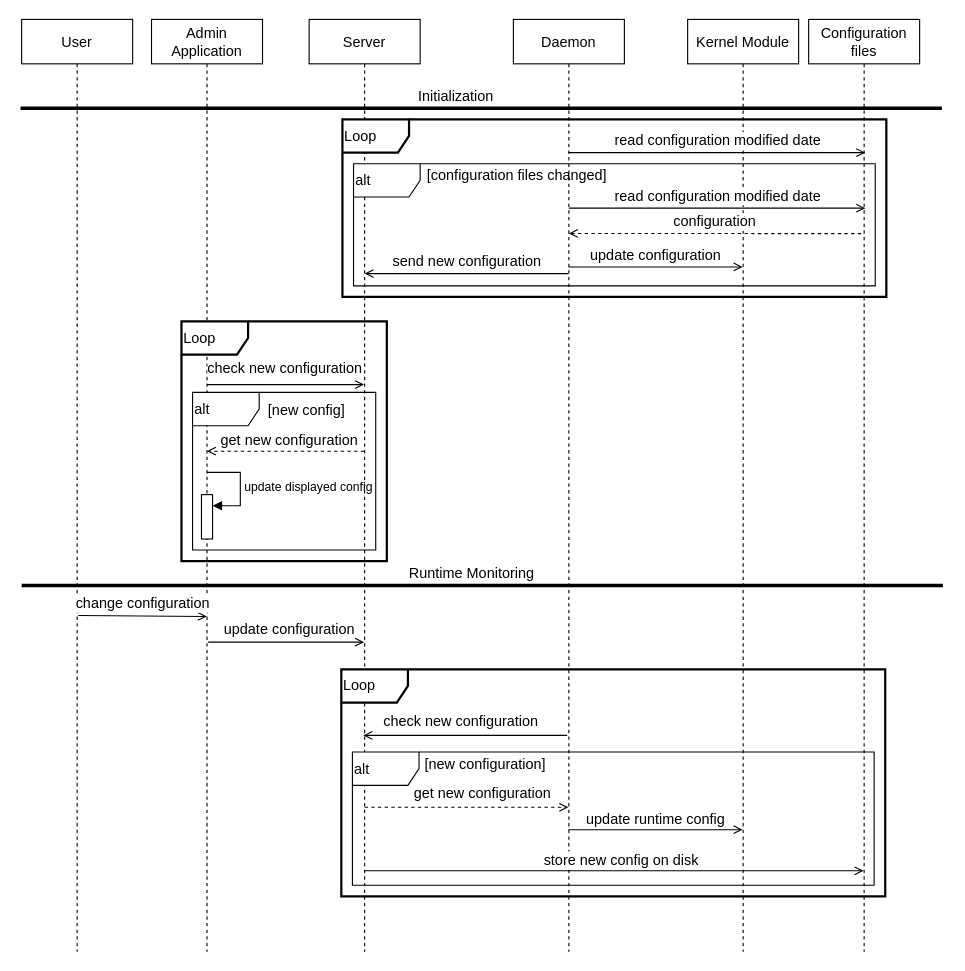
Before: document/Sequence_Diagram_configuration.drawio in TheodorPredescu/Intrusion-Detection-and-Prevention-System, a draw.io diagram. Source tidied: cells renumbered, new cells numbered last; positions are measured from the earlier drawing's top-left corner, leaving out a move shared by most shapes. Both pictures are drawn from the tidied source at 111%, with x=0, y=0 at pixel (20, 19).
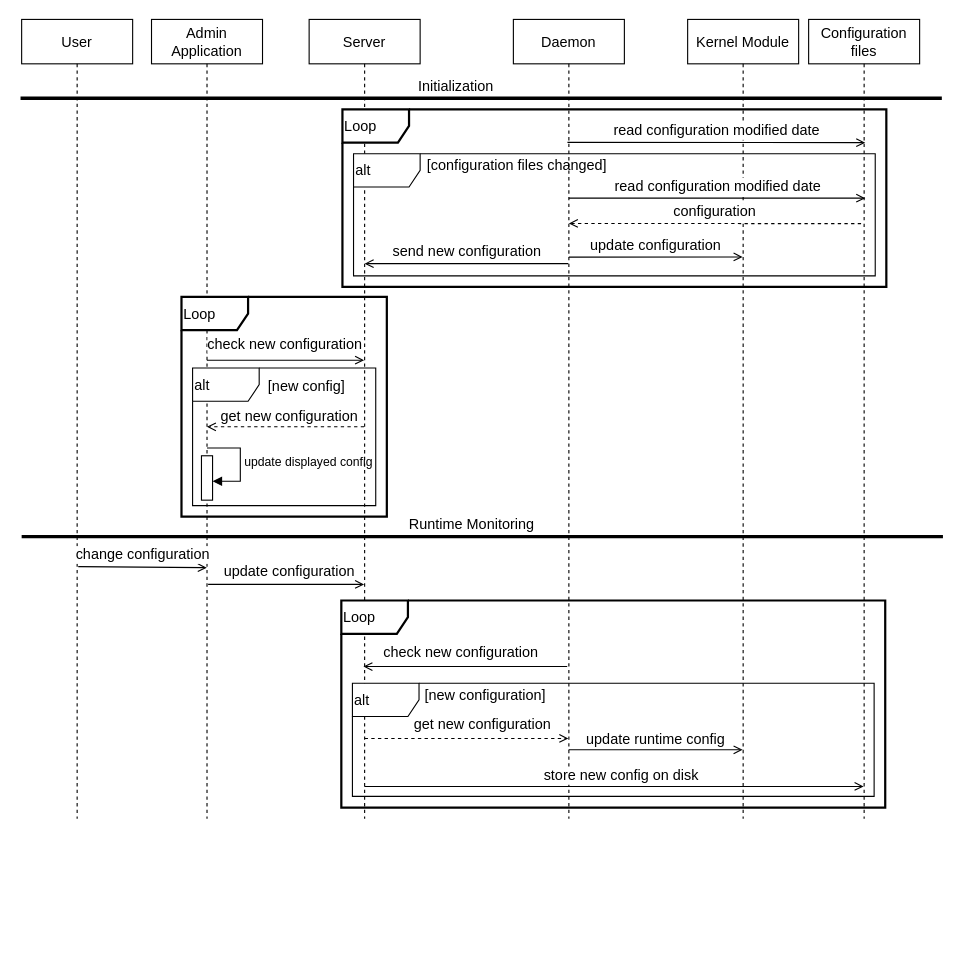
After the change.

Change to the diagram source:
```diff
@@
     <mxCell id="2" value="Admin Application" style="shape=umlLifeline;perimeter=lifelinePerimeter;whiteSpace=wrap;html=1;newEdgeStyle={&quot;edgeStyle&quot;:&quot;elbowEdgeStyle&quot;,&quot;elbow&quot;:&quot;vertical&quot;,&quot;curved&quot;:0,&quot;rounded&quot;:0};fontSize=13;" parent="1" vertex="1">
-      <mxGeometry x="118" width="100" height="840" as="geometry" />
+      <mxGeometry x="118" width="100" height="720" as="geometry" />
     </mxCell>
     <mxCell id="3" style="html=1;points=[[0,0,0,0,5],[0,1,0,0,-5],[1,0,0,0,5],[1,1,0,0,-5]];perimeter=orthogonalPerimeter;outlineConnect=0;targetShapes=umlLifeline;portConstraint=eastwest;newEdgeStyle={&quot;curved&quot;:0,&quot;rounded&quot;:0};" parent="2" vertex="1">
-      <mxGeometry x="45" y="428.1" width="10" height="40" as="geometry" />
+      <mxGeometry x="45" y="393.1" width="10" height="40" as="geometry" />
     </mxCell>
     <mxCell id="4" value="update displayed config" style="html=1;align=left;spacingLeft=2;endArrow=block;rounded=0;edgeStyle=orthogonalEdgeStyle;curved=0;rounded=0;" parent="2" edge="1" target="3">
       <mxGeometry relative="1" as="geometry">
-        <mxPoint x="50" y="408.1" as="sourcePoint" />
+        <mxPoint x="50" y="386.1" as="sourcePoint" />
         <Array as="points">
-          <mxPoint x="80" y="438.1" />
+          <mxPoint x="80" y="416.1" />
         </Array>
       </mxGeometry>
     </mxCell>
     <mxCell id="5" value="Kernel Module" style="shape=umlLifeline;perimeter=lifelinePerimeter;whiteSpace=wrap;html=1;newEdgeStyle={&quot;edgeStyle&quot;:&quot;elbowEdgeStyle&quot;,&quot;elbow&quot;:&quot;vertical&quot;,&quot;curved&quot;:0,&quot;rounded&quot;:0};fontSize=13;" parent="1" vertex="1">
-      <mxGeometry x="601" width="100" height="840" as="geometry" />
+      <mxGeometry x="601" width="100" height="720" as="geometry" />
     </mxCell>
     <mxCell id="6" value="Configuration files" style="shape=umlLifeline;perimeter=lifelinePerimeter;whiteSpace=wrap;html=1;newEdgeStyle={&quot;edgeStyle&quot;:&quot;elbowEdgeStyle&quot;,&quot;elbow&quot;:&quot;vertical&quot;,&quot;curved&quot;:0,&quot;rounded&quot;:0};fontSize=13;" parent="1" vertex="1">
-      <mxGeometry x="710" width="100" height="840" as="geometry" />
+      <mxGeometry x="710" width="100" height="720" as="geometry" />
     </mxCell>
-    <mxCell id="7" value="&lt;font&gt;read configuration modified date&lt;/font&gt;" style="html=1;verticalAlign=bottom;endArrow=open;edgeStyle=elbowEdgeStyle;elbow=vertical;curved=0;rounded=0;endFill=0;strokeWidth=1;fontSize=13;" parent="1" edge="1" source="9">
+    <mxCell id="7" value="&lt;font&gt;read configuration modified date&lt;/font&gt;" style="html=1;verticalAlign=bottom;endArrow=open;edgeStyle=elbowEdgeStyle;elbow=vertical;curved=0;rounded=0;endFill=0;strokeWidth=1;fontSize=13;" parent="1" edge="1">
       <mxGeometry relative="1" as="geometry">
-        <mxPoint x="761" y="120" as="targetPoint" />
+        <mxPoint x="492.7" y="110.8" as="sourcePoint" />
+        <mxPoint x="761" y="111" as="targetPoint" />
       </mxGeometry>
     </mxCell>
     <mxCell id="8" style="edgeStyle=none;orthogonalLoop=1;jettySize=auto;html=1;rounded=0;endArrow=open;endFill=0;fontSize=13;" parent="1" edge="1">
       <mxGeometry relative="1" as="geometry">
-        <mxPoint x="492.5" y="645" as="sourcePoint" />
-        <mxPoint x="308.9" y="645" as="targetPoint" />
+        <mxPoint x="492.5" y="583" as="sourcePoint" />
+        <mxPoint x="308.9" y="583" as="targetPoint" />
       </mxGeometry>
     </mxCell>
     <mxCell id="9" value="Daemon" style="shape=umlLifeline;perimeter=lifelinePerimeter;whiteSpace=wrap;html=1;outlineConnect=0;portConstraint=eastwest;newEdgeStyle={&quot;edgeStyle&quot;:&quot;elbowEdgeStyle&quot;,&quot;elbow&quot;:&quot;vertical&quot;,&quot;curved&quot;:0,&quot;rounded&quot;:0};fontSize=13;" parent="1" vertex="1">
-      <mxGeometry x="444" width="100" height="840" as="geometry" />
+      <mxGeometry x="444" width="100" height="720" as="geometry" />
     </mxCell>
     <mxCell id="10" style="endArrow=none;html=1;rounded=0;strokeWidth=3;fontSize=13;" parent="1" edge="1">
       <mxGeometry relative="1" as="geometry">
-        <mxPoint y="80" as="sourcePoint" />
-        <mxPoint x="830" y="80" as="targetPoint" />
+        <mxPoint y="71" as="sourcePoint" />
+        <mxPoint x="830" y="71" as="targetPoint" />
       </mxGeometry>
     </mxCell>
@@
     <mxCell id="12" style="endArrow=none;html=1;rounded=0;strokeWidth=3;fontSize=13;" parent="1" edge="1">
       <mxGeometry relative="1" as="geometry">
-        <mxPoint x="1" y="510" as="sourcePoint" />
-        <mxPoint x="831" y="510" as="targetPoint" />
+        <mxPoint x="1" y="466" as="sourcePoint" />
+        <mxPoint x="831" y="466" as="targetPoint" />
       </mxGeometry>
     </mxCell>
@@
     <mxCell id="14" value="&lt;font style=&quot;line-height: 100%;&quot;&gt;Loop&lt;/font&gt;" style="shape=umlFrame;whiteSpace=wrap;html=1;align=left;strokeWidth=2;fontSize=13;" parent="1" vertex="1">
-      <mxGeometry x="145" y="272" width="185" height="216" as="geometry" />
+      <mxGeometry x="145" y="250" width="185" height="198" as="geometry" />
     </mxCell>
     <mxCell id="15" style="edgeStyle=none;orthogonalLoop=1;jettySize=auto;html=1;rounded=0;endArrow=none;endFill=0;startArrow=open;startFill=0;fontSize=13;" parent="1" edge="1">
       <mxGeometry relative="1" as="geometry">
-        <mxPoint x="309.5" y="329" as="sourcePoint" />
-        <mxPoint x="168" y="329" as="targetPoint" />
+        <mxPoint x="309.5" y="307" as="sourcePoint" />
+        <mxPoint x="168" y="307" as="targetPoint" />
       </mxGeometry>
     </mxCell>
@@
     <mxCell id="17" value="&lt;font style=&quot;line-height: 100%;&quot;&gt;alt&lt;/font&gt;" style="shape=umlFrame;whiteSpace=wrap;html=1;align=left;fontSize=13;" parent="1" vertex="1">
-      <mxGeometry x="155" y="336" width="165" height="142" as="geometry" />
+      <mxGeometry x="155" y="314" width="165" height="124" as="geometry" />
     </mxCell>
     <mxCell id="18" value="&lt;font&gt;[new config]&lt;/font&gt;" style="text;html=1;whiteSpace=wrap;strokeColor=none;fillColor=none;align=center;verticalAlign=middle;rounded=0;fontSize=13;" parent="1" vertex="1">
-      <mxGeometry x="213" y="337" width="90" height="30" as="geometry" />
+      <mxGeometry x="213" y="315" width="90" height="30" as="geometry" />
     </mxCell>
     <mxCell id="19" style="edgeStyle=none;orthogonalLoop=1;jettySize=auto;html=1;rounded=0;endArrow=open;endFill=0;dashed=1;fontSize=13;" parent="1" edge="1">
       <mxGeometry relative="1" as="geometry">
-        <mxPoint x="309.5" y="389" as="sourcePoint" />
-        <mxPoint x="167.9" y="389" as="targetPoint" />
+        <mxPoint x="309.5" y="367" as="sourcePoint" />
+        <mxPoint x="167.9" y="367" as="targetPoint" />
       </mxGeometry>
     </mxCell>
@@
     <mxCell id="21" value="&lt;span&gt;[new configuration]&lt;/span&gt;" style="text;html=1;whiteSpace=wrap;strokeColor=none;fillColor=none;align=center;verticalAlign=middle;rounded=0;fontSize=13;" parent="1" vertex="1">
-      <mxGeometry x="354" y="656" width="130" height="30" as="geometry" />
+      <mxGeometry x="354" y="594" width="130" height="30" as="geometry" />
     </mxCell>
-    <mxCell id="22" style="edgeStyle=none;jettySize=auto;html=1;rounded=0;endArrow=open;endFill=0;exitX=0.5;exitY=0.845;exitDx=0;exitDy=0;exitPerimeter=0;dashed=1;fontSize=13;" parent="1" edge="1" source="24" target="9">
-      <mxGeometry relative="1" as="geometry" />
+    <mxCell id="22" style="edgeStyle=none;orthogonalLoop=1;jettySize=auto;html=1;rounded=0;endArrow=open;endFill=0;exitX=0.5;exitY=0.845;exitDx=0;exitDy=0;exitPerimeter=0;dashed=1;fontSize=13;" parent="1" edge="1">
+      <mxGeometry relative="1" as="geometry">
+        <mxPoint x="310" y="647.8" as="sourcePoint" />
+        <mxPoint x="493.5" y="647.8" as="targetPoint" />
+      </mxGeometry>
     </mxCell>
@@
     <mxCell id="24" value="Server" style="shape=umlLifeline;perimeter=lifelinePerimeter;whiteSpace=wrap;html=1;outlineConnect=0;portConstraint=eastwest;newEdgeStyle={&quot;curved&quot;:0,&quot;rounded&quot;:0};fontSize=13;" parent="1" vertex="1">
-      <mxGeometry x="260" width="100" height="840" as="geometry" />
+      <mxGeometry x="260" width="100" height="720" as="geometry" />
     </mxCell>
     <mxCell id="25" value="&lt;font&gt;configuration&amp;nbsp;&lt;/font&gt;" style="html=1;verticalAlign=bottom;endArrow=none;edgeStyle=elbowEdgeStyle;elbow=vertical;curved=0;rounded=0;endFill=0;strokeWidth=1;startArrow=open;startFill=0;dashed=1;fontSize=13;" parent="1" edge="1">
       <mxGeometry relative="1" as="geometry">
-        <mxPoint x="494" y="192.8" as="sourcePoint" />
-        <mxPoint x="759.5" y="193" as="targetPoint" />
+        <mxPoint x="494" y="183.8" as="sourcePoint" />
+        <mxPoint x="759.5" y="184" as="targetPoint" />
       </mxGeometry>
     </mxCell>
     <mxCell id="26" value="&lt;font&gt;update configuration&lt;/font&gt;" style="html=1;verticalAlign=bottom;endArrow=open;edgeStyle=elbowEdgeStyle;elbow=vertical;curved=0;rounded=0;endFill=0;strokeWidth=1;fontSize=13;" parent="1" edge="1">
       <mxGeometry relative="1" as="geometry">
-        <mxPoint x="494" y="223.1" as="sourcePoint" />
-        <mxPoint x="650.5" y="223.1" as="targetPoint" />
+        <mxPoint x="494" y="214.1" as="sourcePoint" />
+        <mxPoint x="650.5" y="214.1" as="targetPoint" />
       </mxGeometry>
     </mxCell>
     <mxCell id="27" value="&lt;font style=&quot;line-height: 100%;&quot;&gt;Loop&lt;/font&gt;" style="shape=umlFrame;whiteSpace=wrap;html=1;align=left;strokeWidth=2;fontSize=13;" parent="1" vertex="1">
-      <mxGeometry x="290" y="90" width="490" height="160" as="geometry" />
+      <mxGeometry x="290" y="81" width="490" height="160" as="geometry" />
     </mxCell>
     <mxCell id="28" value="&lt;font&gt;send new configuration&lt;/font&gt;" style="html=1;verticalAlign=bottom;endArrow=none;edgeStyle=elbowEdgeStyle;elbow=vertical;curved=0;rounded=0;endFill=0;strokeWidth=1;startArrow=open;startFill=0;fontSize=13;" parent="1" edge="1">
       <mxGeometry relative="1" as="geometry">
-        <mxPoint x="310" y="229" as="sourcePoint" />
-        <mxPoint x="493.5" y="229" as="targetPoint" />
+        <mxPoint x="310" y="220" as="sourcePoint" />
+        <mxPoint x="493.5" y="220" as="targetPoint" />
         <Array as="points">
-          <mxPoint x="380" y="229" />
+          <mxPoint x="380" y="220" />
         </Array>
       </mxGeometry>
     </mxCell>
     <mxCell id="29" value="&lt;font style=&quot;line-height: 100%;&quot;&gt;alt&lt;/font&gt;" style="shape=umlFrame;whiteSpace=wrap;html=1;align=left;fontSize=13;" parent="1" vertex="1">
-      <mxGeometry x="300" y="130" width="470" height="110" as="geometry" />
+      <mxGeometry x="300" y="121" width="470" height="110" as="geometry" />
     </mxCell>
     <mxCell id="30" value="User" style="shape=umlLifeline;perimeter=lifelinePerimeter;whiteSpace=wrap;html=1;newEdgeStyle={&quot;edgeStyle&quot;:&quot;elbowEdgeStyle&quot;,&quot;elbow&quot;:&quot;vertical&quot;,&quot;curved&quot;:0,&quot;rounded&quot;:0};fontSize=13;" parent="1" vertex="1">
-      <mxGeometry x="1" width="100" height="840" as="geometry" />
+      <mxGeometry x="1" width="100" height="720" as="geometry" />
     </mxCell>
     <mxCell id="31" style="edgeStyle=none;orthogonalLoop=1;jettySize=auto;html=1;rounded=0;endArrow=none;endFill=0;startArrow=open;startFill=0;fontSize=13;exitX=0.498;exitY=0.557;exitDx=0;exitDy=0;exitPerimeter=0;entryX=0.51;entryY=0.556;entryDx=0;entryDy=0;entryPerimeter=0;" parent="1" edge="1">
       <mxGeometry relative="1" as="geometry">
-        <mxPoint x="167.8" y="537.9" as="sourcePoint" />
-        <mxPoint x="52" y="537" as="targetPoint" />
+        <mxPoint x="167.8" y="493.9" as="sourcePoint" />
+        <mxPoint x="52" y="493" as="targetPoint" />
       </mxGeometry>
     </mxCell>
@@
-    <mxCell id="33" style="edgeStyle=none;jettySize=auto;html=1;rounded=0;endArrow=none;endFill=0;startArrow=open;startFill=0;fontSize=13;" parent="1" edge="1" source="24">
+    <mxCell id="33" style="edgeStyle=none;orthogonalLoop=1;jettySize=auto;html=1;rounded=0;endArrow=none;endFill=0;startArrow=open;startFill=0;fontSize=13;" parent="1" edge="1">
       <mxGeometry relative="1" as="geometry">
-        <mxPoint x="169" y="561" as="targetPoint" />
+        <mxPoint x="309.5" y="509" as="sourcePoint" />
+        <mxPoint x="169" y="509" as="targetPoint" />
       </mxGeometry>
     </mxCell>
@@
     <mxCell id="35" value="&lt;span style=&quot;background-color: transparent; color: light-dark(rgb(0, 0, 0), rgb(255, 255, 255));&quot;&gt;check new configuration&lt;/span&gt;" style="text;html=1;whiteSpace=wrap;strokeColor=none;fillColor=none;align=center;verticalAlign=middle;rounded=0;fontSize=13;" parent="1" vertex="1">
-      <mxGeometry x="320" y="617" width="154" height="30" as="geometry" />
+      <mxGeometry x="320" y="555" width="154" height="30" as="geometry" />
     </mxCell>
     <mxCell id="36" style="edgeStyle=none;orthogonalLoop=1;jettySize=auto;html=1;rounded=0;endArrow=open;endFill=0;fontSize=13;" parent="1" edge="1">
       <mxGeometry relative="1" as="geometry">
-        <mxPoint x="493.9" y="730" as="sourcePoint" />
-        <mxPoint x="650.5" y="730" as="targetPoint" />
+        <mxPoint x="493.9" y="658" as="sourcePoint" />
+        <mxPoint x="650.5" y="658" as="targetPoint" />
       </mxGeometry>
     </mxCell>
@@
     <mxCell id="38" style="edgeStyle=none;orthogonalLoop=1;jettySize=auto;html=1;rounded=0;endArrow=open;endFill=0;fontSize=13;" parent="1" edge="1">
       <mxGeometry relative="1" as="geometry">
-        <mxPoint x="309.9" y="767" as="sourcePoint" />
-        <mxPoint x="759.5" y="767" as="targetPoint" />
+        <mxPoint x="309.9" y="691" as="sourcePoint" />
+        <mxPoint x="759.5" y="691" as="targetPoint" />
       </mxGeometry>
     </mxCell>
@@
     <mxCell id="40" value="&lt;font style=&quot;line-height: 100%;&quot;&gt;Loop&lt;/font&gt;" style="shape=umlFrame;whiteSpace=wrap;html=1;align=left;strokeWidth=2;fontSize=13;" parent="1" vertex="1">
-      <mxGeometry x="289" y="585.5" width="490" height="204.5" as="geometry" />
+      <mxGeometry x="289" y="523.5" width="490" height="186.5" as="geometry" />
     </mxCell>
     <mxCell id="41" value="&lt;font&gt;read configuration modified date&lt;/font&gt;" style="html=1;verticalAlign=bottom;endArrow=open;edgeStyle=elbowEdgeStyle;elbow=vertical;curved=0;rounded=0;endFill=0;strokeWidth=1;fontSize=13;" parent="1" edge="1">
       <mxGeometry relative="1" as="geometry">
-        <mxPoint x="494" y="170" as="sourcePoint" />
-        <mxPoint x="761" y="170" as="targetPoint" />
+        <mxPoint x="494" y="161" as="sourcePoint" />
+        <mxPoint x="761" y="161" as="targetPoint" />
       </mxGeometry>
     </mxCell>
     <mxCell id="42" value="[configuration files changed]" style="text;html=1;whiteSpace=wrap;strokeColor=none;fillColor=none;align=center;verticalAlign=middle;rounded=0;fontSize=13;" parent="1" vertex="1">
-      <mxGeometry x="365" y="125" width="165" height="30" as="geometry" />
+      <mxGeometry x="365" y="116" width="165" height="30" as="geometry" />
     </mxCell>
     <mxCell id="43" value="&lt;font style=&quot;line-height: 100%;&quot;&gt;alt&lt;/font&gt;" style="shape=umlFrame;whiteSpace=wrap;html=1;align=left;fontSize=13;" parent="1" vertex="1">
-      <mxGeometry x="299" y="660" width="470" height="120" as="geometry" />
+      <mxGeometry x="299" y="598" width="470" height="102" as="geometry" />
     </mxCell>
```
